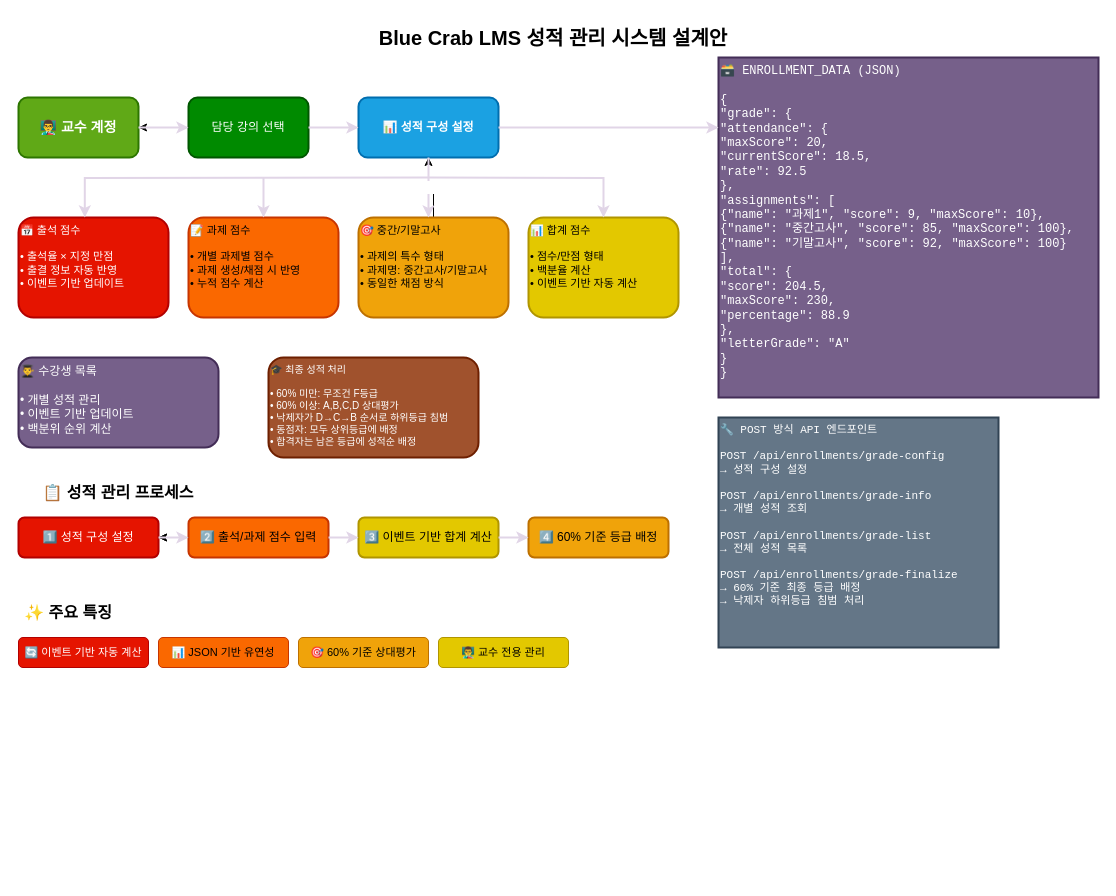
hooting76/blue-crab-lms keeps this draw.io diagram as backend/BlueCrab/docs/강의관련기능/성적관리/06-SYSTEM-DESIGN.drawio. Above is the earlier version. Source tidied: cells renumbered, new cells numbered last; positions are measured from the earlier drawing's top-left corner, leaving out a move shared by most shapes. Both pictures are drawn from the tidied source at 100%, with x=0, y=0 at pixel (18, 17).
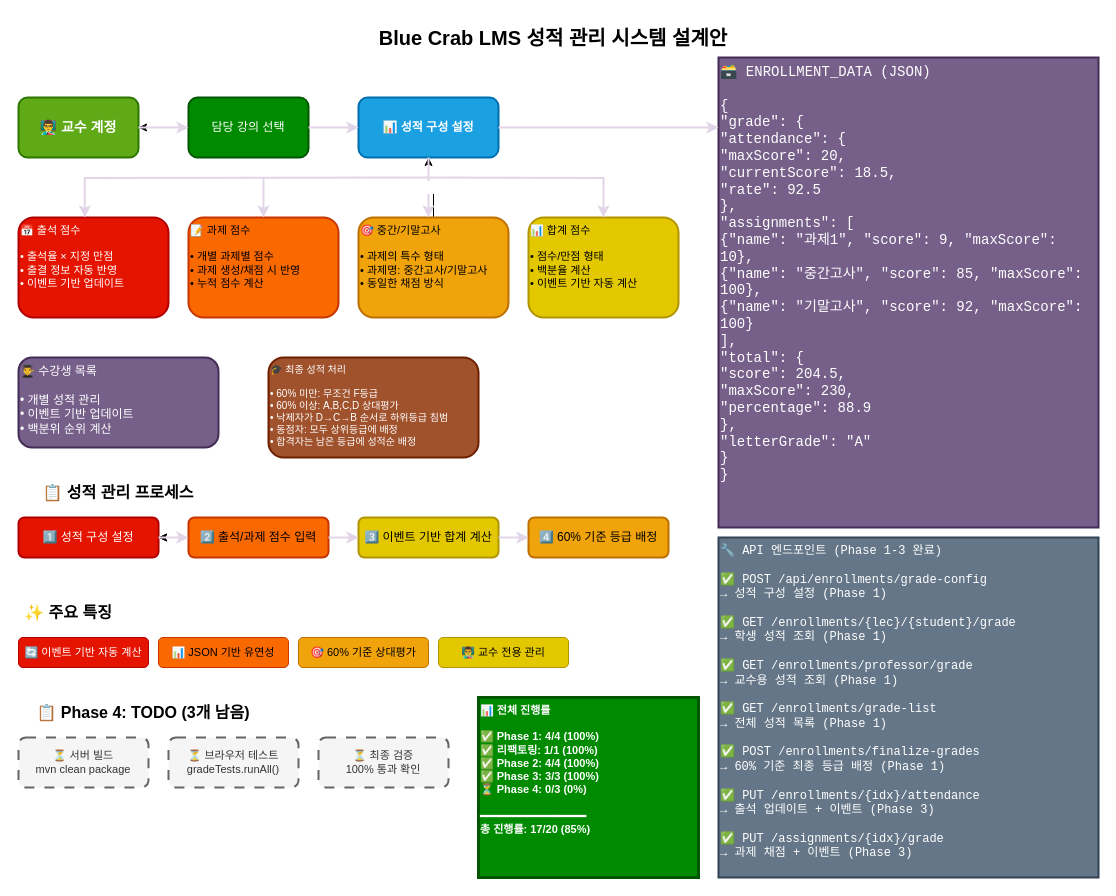
After the change.

Change to the diagram source:
```diff
@@
-    <mxCell id="12" value="&lt;font style=&quot;font-size: 12px;&quot;&gt;🗃️ ENROLLMENT_DATA (JSON)&lt;br&gt;&lt;br&gt;{&lt;br&gt;  &quot;grade&quot;: {&lt;br&gt;    &quot;attendance&quot;: {&lt;br&gt;      &quot;maxScore&quot;: 20,&lt;br&gt;      &quot;currentScore&quot;: 18.5,&lt;br&gt;      &quot;rate&quot;: 92.5&lt;br&gt;    },&lt;br&gt;    &quot;assignments&quot;: [&lt;br&gt;      {&quot;name&quot;: &quot;과제1&quot;, &quot;score&quot;: 9, &quot;maxScore&quot;: 10},&lt;br&gt;      {&quot;name&quot;: &quot;중간고사&quot;, &quot;score&quot;: 85, &quot;maxScore&quot;: 100},&lt;br&gt;      {&quot;name&quot;: &quot;기말고사&quot;, &quot;score&quot;: 92, &quot;maxScore&quot;: 100}&lt;br&gt;    ],&lt;br&gt;    &quot;total&quot;: {&lt;br&gt;      &quot;score&quot;: 204.5,&lt;br&gt;      &quot;maxScore&quot;: 230,&lt;br&gt;      &quot;percentage&quot;: 88.9&lt;br&gt;    },&lt;br&gt;    &quot;letterGrade&quot;: &quot;A&quot;&lt;br&gt;  }&lt;br&gt;}&lt;/font&gt;" style="rounded=0;whiteSpace=wrap;html=1;fillColor=#76608a;strokeColor=#432D57;strokeWidth=2;fontSize=10;align=left;verticalAlign=top;fontFamily=Courier New;fontColor=#ffffff;" parent="1" vertex="1">
-      <mxGeometry x="700" y="40" width="380" height="340" as="geometry" />
+    <mxCell id="12" value="&lt;font style=&quot;font-size: 14px;&quot;&gt;🗃️ ENROLLMENT_DATA (JSON)&lt;br&gt;&lt;br&gt;{&lt;br&gt;  &quot;grade&quot;: {&lt;br&gt;    &quot;attendance&quot;: {&lt;br&gt;      &quot;maxScore&quot;: 20,&lt;br&gt;      &quot;currentScore&quot;: 18.5,&lt;br&gt;      &quot;rate&quot;: 92.5&lt;br&gt;    },&lt;br&gt;    &quot;assignments&quot;: [&lt;br&gt;      {&quot;name&quot;: &quot;과제1&quot;, &quot;score&quot;: 9, &quot;maxScore&quot;: 10},&lt;br&gt;      {&quot;name&quot;: &quot;중간고사&quot;, &quot;score&quot;: 85, &quot;maxScore&quot;: 100},&lt;br&gt;      {&quot;name&quot;: &quot;기말고사&quot;, &quot;score&quot;: 92, &quot;maxScore&quot;: 100}&lt;br&gt;    ],&lt;br&gt;    &quot;total&quot;: {&lt;br&gt;      &quot;score&quot;: 204.5,&lt;br&gt;      &quot;maxScore&quot;: 230,&lt;br&gt;      &quot;percentage&quot;: 88.9&lt;br&gt;    },&lt;br&gt;    &quot;letterGrade&quot;: &quot;A&quot;&lt;br&gt;  }&lt;br&gt;}&lt;/font&gt;" style="rounded=0;whiteSpace=wrap;html=1;fillColor=#76608a;strokeColor=#432D57;strokeWidth=2;fontSize=10;align=left;verticalAlign=top;fontFamily=Courier New;fontColor=#ffffff;" parent="1" vertex="1">
+      <mxGeometry x="700" y="40" width="380" height="470" as="geometry" />
     </mxCell>
@@
-    <mxCell id="15" value="🔧 POST 방식 API 엔드포인트&#10;&#10;POST /api/enrollments/grade-config&#10;  → 성적 구성 설정&#10;&#10;POST /api/enrollments/grade-info&#10;  → 개별 성적 조회&#10;&#10;POST /api/enrollments/grade-list&#10;  → 전체 성적 목록&#10;&#10;POST /api/enrollments/grade-finalize&#10;  → 60% 기준 최종 등급 배정&#10;  → 낙제자 하위등급 침범 처리" style="rounded=0;whiteSpace=wrap;html=1;fillColor=#647687;strokeColor=#314354;strokeWidth=2;fontSize=11;align=left;verticalAlign=top;fontFamily=Courier New;fontColor=#ffffff;" parent="1" vertex="1">
-      <mxGeometry x="700" y="400" width="280" height="230" as="geometry" />
+    <mxCell id="15" value="&lt;font style=&quot;font-size: 12px;&quot;&gt;🔧 API 엔드포인트 (Phase 1-3 완료)&lt;br&gt;&lt;br&gt;✅ POST /api/enrollments/grade-config&lt;br&gt;   → 성적 구성 설정 (Phase 1)&lt;br&gt;&lt;br&gt;✅ GET /enrollments/{lec}/{student}/grade&lt;br&gt;   → 학생 성적 조회 (Phase 1)&lt;br&gt;&lt;br&gt;✅ GET /enrollments/professor/grade&lt;br&gt;   → 교수용 성적 조회 (Phase 1)&lt;br&gt;&lt;br&gt;✅ GET /enrollments/grade-list&lt;br&gt;   → 전체 성적 목록 (Phase 1)&lt;br&gt;&lt;br&gt;✅ POST /enrollments/finalize-grades&lt;br&gt;   → 60% 기준 최종 등급 배정 (Phase 1)&lt;br&gt;&lt;br&gt;✅ PUT /enrollments/{idx}/attendance&lt;br&gt;   → 출석 업데이트 + 이벤트 (Phase 3)&lt;br&gt;&lt;br&gt;✅ PUT /assignments/{idx}/grade&lt;br&gt;   → 과제 채점 + 이벤트 (Phase 3)&lt;/font&gt;" style="rounded=0;whiteSpace=wrap;html=1;fillColor=#647687;strokeColor=#314354;strokeWidth=2;fontSize=10;align=left;verticalAlign=top;fontFamily=Courier New;fontColor=#ffffff;" parent="1" vertex="1">
+      <mxGeometry x="700" y="520" width="380" height="340" as="geometry" />
     </mxCell>
@@
+    <mxCell id="38" value="📋 Phase 4: TODO (3개 남음)" style="text;html=1;strokeColor=none;fillColor=none;align=center;verticalAlign=middle;whiteSpace=wrap;rounded=0;fontSize=16;fontStyle=1;fontColor=light-dark(#000000,#000000);" parent="1" vertex="1">
+      <mxGeometry y="680" width="250" height="30" as="geometry" />
+    </mxCell>
+    <mxCell id="39" value="⏳ 서버 빌드&#10;mvn clean package" style="rounded=1;whiteSpace=wrap;html=1;fillColor=#f5f5f5;strokeColor=#666666;strokeWidth=2;fontSize=11;fontColor=#333333;dashed=1;dashPattern=5 5;" parent="1" vertex="1">
+      <mxGeometry y="720" width="130" height="50" as="geometry" />
+    </mxCell>
+    <mxCell id="40" value="⏳ 브라우저 테스트&#10;gradeTests.runAll()" style="rounded=1;whiteSpace=wrap;html=1;fillColor=#f5f5f5;strokeColor=#666666;strokeWidth=2;fontSize=11;fontColor=#333333;dashed=1;dashPattern=5 5;" parent="1" vertex="1">
+      <mxGeometry x="150" y="720" width="130" height="50" as="geometry" />
+    </mxCell>
+    <mxCell id="41" value="⏳ 최종 검증&#10;100% 통과 확인" style="rounded=1;whiteSpace=wrap;html=1;fillColor=#f5f5f5;strokeColor=#666666;strokeWidth=2;fontSize=11;fontColor=#333333;dashed=1;dashPattern=5 5;" parent="1" vertex="1">
+      <mxGeometry x="300" y="720" width="130" height="50" as="geometry" />
+    </mxCell>
+    <mxCell id="42" value="📊 전체 진행률&#10;&#10;✅ Phase 1: 4/4 (100%)&#10;✅ 리팩토링: 1/1 (100%)&#10;✅ Phase 2: 4/4 (100%)&#10;✅ Phase 3: 3/3 (100%)&#10;⏳ Phase 4: 0/3 (0%)&#10;&#10;━━━━━━━━━━━━━━━━&#10;총 진행률: 17/20 (85%)" style="rounded=0;whiteSpace=wrap;html=1;fillColor=#008a00;strokeColor=#005700;strokeWidth=3;fontSize=11;align=left;verticalAlign=top;fontColor=#ffffff;fontStyle=1;" parent="1" vertex="1">
+      <mxGeometry x="460" y="680" width="220" height="180" as="geometry" />
+    </mxCell>
```
